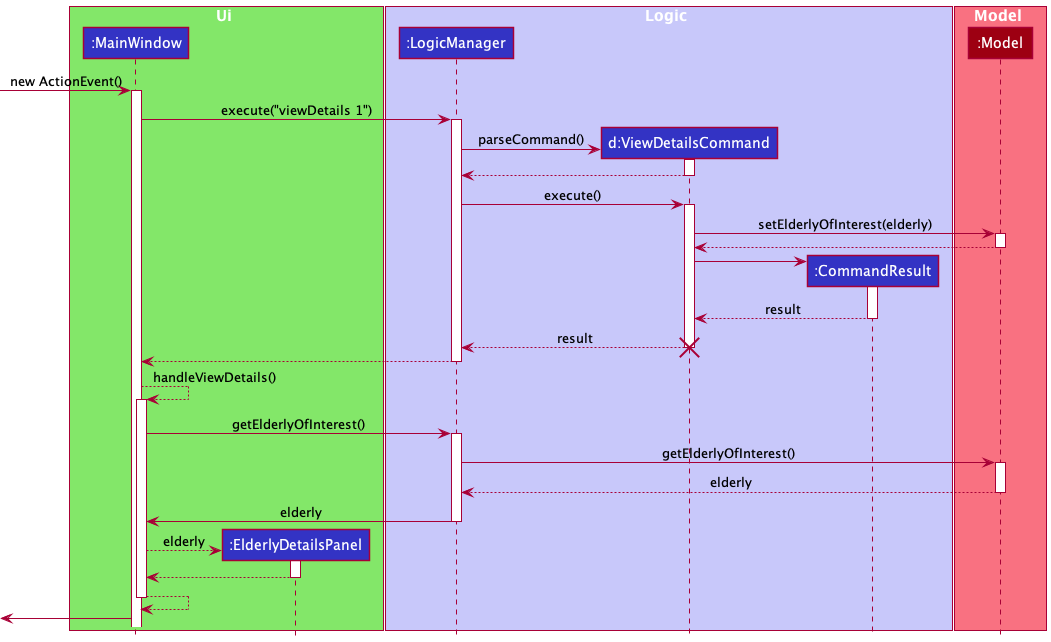
Before: docs/images/ViewDetailsSequenceDiagram.png, a diagram exported from PlantUML (tsy24/tp). The source it was exported from:
```plantuml
@startuml
!include style.puml

box Ui UI_COLOR_T1
participant ":MainWindow" as MainWindow LOGIC_COLOR
participant ":ElderlyDetailsPanel" as ElderlyDetailsPanel LOGIC_COLOR
end box

box Logic LOGIC_COLOR_T1
participant ":LogicManager" as LogicManager LOGIC_COLOR
participant "d:ViewDetailsCommand" as ViewDetailsCommand LOGIC_COLOR
participant ":CommandResult" as CommandResult LOGIC_COLOR
end box

box Model MODEL_COLOR_T1
participant ":Model" as Model MODEL_COLOR
end box

[-> MainWindow : new ActionEvent()
activate MainWindow

MainWindow -> LogicManager : execute("viewDetails 1")
activate LogicManager

create ViewDetailsCommand
LogicManager -> ViewDetailsCommand : parseCommand()
activate ViewDetailsCommand

ViewDetailsCommand --> LogicManager
deactivate ViewDetailsCommand

LogicManager -> ViewDetailsCommand : execute()
activate ViewDetailsCommand

ViewDetailsCommand -> Model : setElderlyOfInterest(elderly)
activate Model

Model --> ViewDetailsCommand
deactivate Model

create CommandResult
ViewDetailsCommand -> CommandResult
activate CommandResult

CommandResult --> ViewDetailsCommand : result
deactivate CommandResult

ViewDetailsCommand --> LogicManager : result
deactivate ViewDetailsCommand
destroy ViewDetailsCommand

LogicManager --> MainWindow
deactivate LogicManager

MainWindow --> MainWindow : handleViewDetails()
activate MainWindow

MainWindow -> LogicManager : getElderlyOfInterest()
activate LogicManager

LogicManager -> Model : getElderlyOfInterest()
activate Model

Model --> LogicManager : elderly
deactivate Model

LogicManager -> MainWindow : elderly
deactivate LogicManager

create ElderlyDetailsPanel
MainWindow --> ElderlyDetailsPanel : elderly
activate ElderlyDetailsPanel

ElderlyDetailsPanel --> MainWindow
deactivate ElderlyDetailsPanel

MainWindow --> MainWindow
deactivate MainWindow
[<- MainWindow
@enduml
```
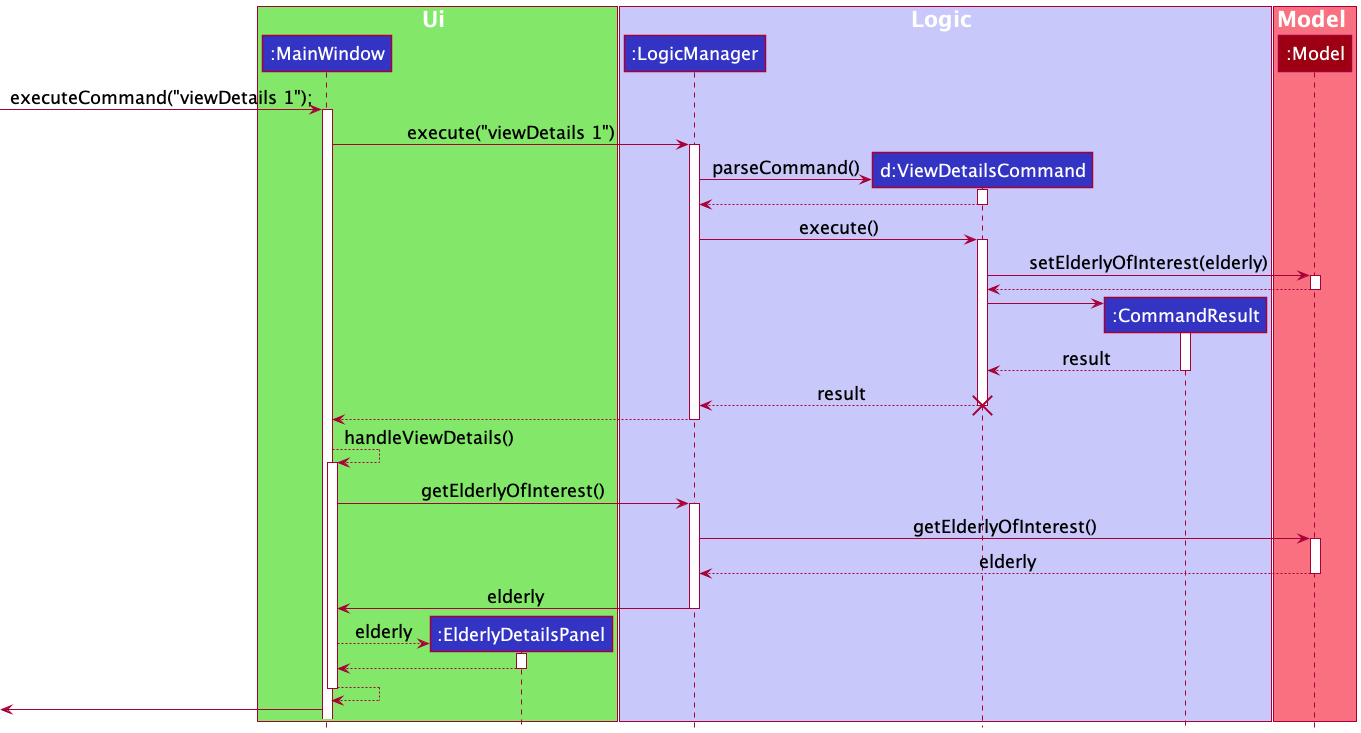
After the change.

Change to the diagram source:
```diff
@@ -16,7 +16,7 @@
 participant ":Model" as Model MODEL_COLOR
 end box
 
-[-> MainWindow : new ActionEvent()
+[-> MainWindow : executeCommand("viewDetails 1");
 activate MainWindow
 
 MainWindow -> LogicManager : execute("viewDetails 1")
```
